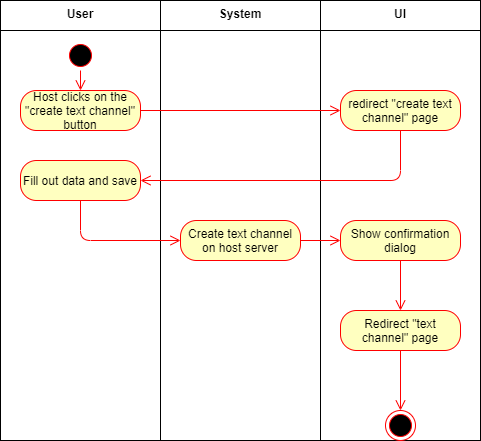
Earlier version of the draw.io export Diagrams/Activity Diagrams/CreateTextChannelDiagram.png (LorenzSeufert/CeangalMessenger---Documentation). Source tidied: cells renumbered, new cells last; positions are measured from the earlier drawing's top-left corner, leaving out a move shared by most shapes. The source it was exported from:
```xml
<mxGraphModel>
  <root>
    <mxCell id="0" />
    <mxCell id="1" parent="0" />
    <mxCell id="2" style="shape=folder;fontStyle=1;spacingTop=10;tabWidth=160;tabHeight=30;tabPosition=left;html=1;" parent="1" vertex="1">
      <mxGeometry width="160" height="440" as="geometry" />
    </mxCell>
    <mxCell id="3" value="User" style="text;align=center;fontStyle=1;verticalAlign=middle;spacingLeft=3;spacingRight=3;strokeColor=none;" parent="1" vertex="1">
      <mxGeometry x="40" width="80" height="26" as="geometry" />
    </mxCell>
    <mxCell id="4" style="shape=folder;fontStyle=1;spacingTop=10;tabWidth=160;tabHeight=30;tabPosition=left;html=1;" parent="1" vertex="1">
      <mxGeometry x="160" width="160" height="440" as="geometry" />
    </mxCell>
    <mxCell id="5" style="shape=folder;fontStyle=1;spacingTop=10;tabWidth=160;tabHeight=30;tabPosition=left;html=1;" parent="1" vertex="1">
      <mxGeometry x="320" width="160" height="440" as="geometry" />
    </mxCell>
    <mxCell id="6" value="System" style="text;align=center;fontStyle=1;verticalAlign=middle;spacingLeft=3;spacingRight=3;strokeColor=none;" parent="1" vertex="1">
      <mxGeometry x="200" width="80" height="26" as="geometry" />
    </mxCell>
    <mxCell id="7" value="UI" style="text;align=center;fontStyle=1;verticalAlign=middle;spacingLeft=3;spacingRight=3;strokeColor=none;" parent="1" vertex="1">
      <mxGeometry x="360" width="80" height="26" as="geometry" />
    </mxCell>
    <mxCell id="8" style="ellipse;html=1;shape=startState;fillColor=#000000;strokeColor=#ff0000;" parent="1" vertex="1">
      <mxGeometry x="65" y="40" width="30" height="30" as="geometry" />
    </mxCell>
    <mxCell id="9" style="edgeStyle=orthogonalEdgeStyle;html=1;verticalAlign=bottom;endArrow=open;endSize=8;strokeColor=#ff0000;" parent="1" edge="1" source="8">
      <mxGeometry relative="1" as="geometry">
        <mxPoint x="80" y="90" as="targetPoint" />
      </mxGeometry>
    </mxCell>
    <mxCell id="10" value="Host clicks on the &quot;create text channel&quot; button" style="rounded=1;whiteSpace=wrap;html=1;arcSize=40;fontColor=#000000;fillColor=#ffffc0;strokeColor=#ff0000;" parent="1" vertex="1">
      <mxGeometry x="20" y="90" width="120" height="40" as="geometry" />
    </mxCell>
    <mxCell id="11" style="edgeStyle=orthogonalEdgeStyle;html=1;verticalAlign=bottom;endArrow=open;endSize=8;strokeColor=#ff0000;entryX=0;entryY=0.5;entryDx=0;entryDy=0;" parent="1" edge="1" source="10" target="12">
      <mxGeometry relative="1" as="geometry" />
    </mxCell>
    <mxCell id="12" value="redirect &quot;create text channel&quot; page" style="rounded=1;whiteSpace=wrap;html=1;arcSize=40;fontColor=#000000;fillColor=#ffffc0;strokeColor=#ff0000;" parent="1" vertex="1">
      <mxGeometry x="340" y="90" width="120" height="40" as="geometry" />
    </mxCell>
    <mxCell id="13" style="edgeStyle=orthogonalEdgeStyle;html=1;verticalAlign=bottom;endArrow=open;endSize=8;strokeColor=#ff0000;entryX=1;entryY=0.5;entryDx=0;entryDy=0;" parent="1" edge="1" source="12" target="14">
      <mxGeometry relative="1" as="geometry">
        <Array as="points">
          <mxPoint x="400" y="180" />
        </Array>
      </mxGeometry>
    </mxCell>
    <mxCell id="14" value="Fill out data and save" style="rounded=1;whiteSpace=wrap;html=1;arcSize=40;fontColor=#000000;fillColor=#ffffc0;strokeColor=#ff0000;" parent="1" vertex="1">
      <mxGeometry x="20" y="160" width="120" height="40" as="geometry" />
    </mxCell>
    <mxCell id="15" style="edgeStyle=orthogonalEdgeStyle;html=1;verticalAlign=bottom;endArrow=open;endSize=8;strokeColor=#ff0000;entryX=0;entryY=0.5;entryDx=0;entryDy=0;" parent="1" edge="1" source="14" target="16">
      <mxGeometry relative="1" as="geometry">
        <Array as="points">
          <mxPoint x="80" y="240" />
        </Array>
      </mxGeometry>
    </mxCell>
    <mxCell id="16" value="Create text channel on host server" style="rounded=1;whiteSpace=wrap;html=1;arcSize=40;fontColor=#000000;fillColor=#ffffc0;strokeColor=#ff0000;" parent="1" vertex="1">
      <mxGeometry x="180" y="220" width="120" height="40" as="geometry" />
    </mxCell>
    <mxCell id="17" style="edgeStyle=orthogonalEdgeStyle;html=1;verticalAlign=bottom;endArrow=open;endSize=8;strokeColor=#ff0000;entryX=0;entryY=0.5;entryDx=0;entryDy=0;" parent="1" edge="1" source="16" target="18">
      <mxGeometry relative="1" as="geometry" />
    </mxCell>
    <mxCell id="18" value="Show confirmation dialog" style="rounded=1;whiteSpace=wrap;html=1;arcSize=40;fontColor=#000000;fillColor=#ffffc0;strokeColor=#ff0000;" parent="1" vertex="1">
      <mxGeometry x="340" y="220" width="120" height="40" as="geometry" />
    </mxCell>
    <mxCell id="19" style="edgeStyle=orthogonalEdgeStyle;html=1;verticalAlign=bottom;endArrow=open;endSize=8;strokeColor=#ff0000;entryX=0.5;entryY=0;entryDx=0;entryDy=0;" parent="1" edge="1" source="18" target="20">
      <mxGeometry relative="1" as="geometry" />
    </mxCell>
    <mxCell id="20" value="Redirect &quot;text channel&quot; page" style="rounded=1;whiteSpace=wrap;html=1;arcSize=40;fontColor=#000000;fillColor=#ffffc0;strokeColor=#ff0000;" parent="1" vertex="1">
      <mxGeometry x="340" y="310" width="120" height="40" as="geometry" />
    </mxCell>
    <mxCell id="21" style="edgeStyle=orthogonalEdgeStyle;html=1;verticalAlign=bottom;endArrow=open;endSize=8;strokeColor=#ff0000;entryX=0.5;entryY=0;entryDx=0;entryDy=0;" parent="1" edge="1" source="20" target="22">
      <mxGeometry relative="1" as="geometry" />
    </mxCell>
    <mxCell id="22" style="ellipse;html=1;shape=endState;fillColor=#000000;strokeColor=#ff0000;" parent="1" vertex="1">
      <mxGeometry x="385" y="410" width="30" height="30" as="geometry" />
    </mxCell>
  </root>
</mxGraphModel>
```
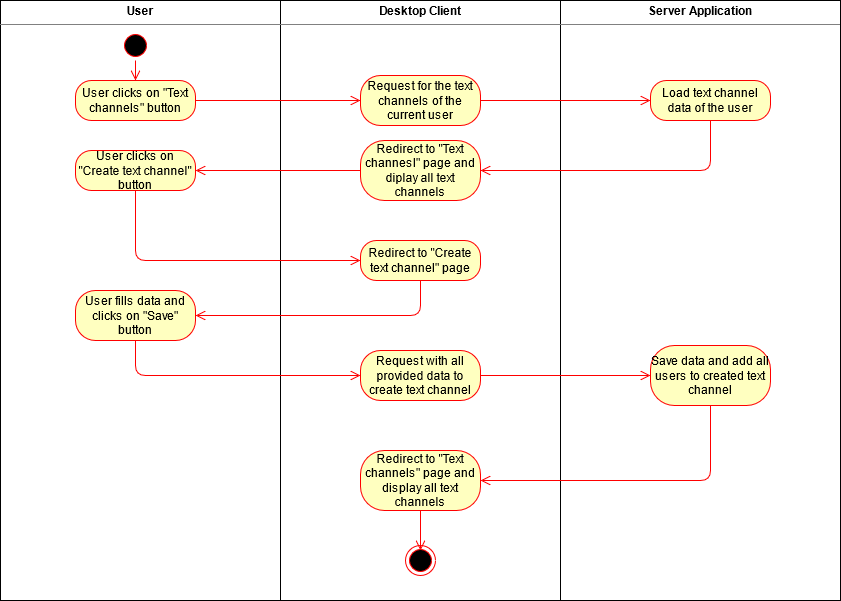
Above is the later version.

Change to the diagram source:
```diff
@@ -2,78 +2,107 @@
   <root>
     <mxCell id="0" />
     <mxCell id="1" parent="0" />
-    <mxCell id="2" style="shape=folder;fontStyle=1;spacingTop=10;tabWidth=160;tabHeight=30;tabPosition=left;html=1;" parent="1" vertex="1">
-      <mxGeometry width="160" height="440" as="geometry" />
-    </mxCell>
-    <mxCell id="3" value="User" style="text;align=center;fontStyle=1;verticalAlign=middle;spacingLeft=3;spacingRight=3;strokeColor=none;" parent="1" vertex="1">
-      <mxGeometry x="40" width="80" height="26" as="geometry" />
+    <mxCell id="3" value="&lt;p style=&quot;margin: 0px ; margin-top: 4px ; text-align: center&quot;&gt;&lt;b&gt;User&lt;/b&gt;&lt;br&gt;&lt;/p&gt;&lt;hr size=&quot;1&quot;&gt;" style="verticalAlign=top;align=left;overflow=fill;fontSize=12;fontFamily=Helvetica;html=1;" parent="1" vertex="1">
+      <mxGeometry x="40" width="280" height="600" as="geometry" />
     </mxCell>
-    <mxCell id="4" style="shape=folder;fontStyle=1;spacingTop=10;tabWidth=160;tabHeight=30;tabPosition=left;html=1;" parent="1" vertex="1">
-      <mxGeometry x="160" width="160" height="440" as="geometry" />
-    </mxCell>
-    <mxCell id="5" style="shape=folder;fontStyle=1;spacingTop=10;tabWidth=160;tabHeight=30;tabPosition=left;html=1;" parent="1" vertex="1">
-      <mxGeometry x="320" width="160" height="440" as="geometry" />
-    </mxCell>
-    <mxCell id="6" value="System" style="text;align=center;fontStyle=1;verticalAlign=middle;spacingLeft=3;spacingRight=3;strokeColor=none;" parent="1" vertex="1">
-      <mxGeometry x="200" width="80" height="26" as="geometry" />
-    </mxCell>
-    <mxCell id="7" value="UI" style="text;align=center;fontStyle=1;verticalAlign=middle;spacingLeft=3;spacingRight=3;strokeColor=none;" parent="1" vertex="1">
-      <mxGeometry x="360" width="80" height="26" as="geometry" />
-    </mxCell>
-    <mxCell id="8" style="ellipse;html=1;shape=startState;fillColor=#000000;strokeColor=#ff0000;" parent="1" vertex="1">
-      <mxGeometry x="65" y="40" width="30" height="30" as="geometry" />
-    </mxCell>
-    <mxCell id="9" style="edgeStyle=orthogonalEdgeStyle;html=1;verticalAlign=bottom;endArrow=open;endSize=8;strokeColor=#ff0000;" parent="1" edge="1" source="8">
-      <mxGeometry relative="1" as="geometry">
-        <mxPoint x="80" y="90" as="targetPoint" />
-      </mxGeometry>
-    </mxCell>
-    <mxCell id="10" value="Host clicks on the &quot;create text channel&quot; button" style="rounded=1;whiteSpace=wrap;html=1;arcSize=40;fontColor=#000000;fillColor=#ffffc0;strokeColor=#ff0000;" parent="1" vertex="1">
-      <mxGeometry x="20" y="90" width="120" height="40" as="geometry" />
-    </mxCell>
-    <mxCell id="11" style="edgeStyle=orthogonalEdgeStyle;html=1;verticalAlign=bottom;endArrow=open;endSize=8;strokeColor=#ff0000;entryX=0;entryY=0.5;entryDx=0;entryDy=0;" parent="1" edge="1" source="10" target="12">
-      <mxGeometry relative="1" as="geometry" />
-    </mxCell>
-    <mxCell id="12" value="redirect &quot;create text channel&quot; page" style="rounded=1;whiteSpace=wrap;html=1;arcSize=40;fontColor=#000000;fillColor=#ffffc0;strokeColor=#ff0000;" parent="1" vertex="1">
-      <mxGeometry x="340" y="90" width="120" height="40" as="geometry" />
-    </mxCell>
-    <mxCell id="13" style="edgeStyle=orthogonalEdgeStyle;html=1;verticalAlign=bottom;endArrow=open;endSize=8;strokeColor=#ff0000;entryX=1;entryY=0.5;entryDx=0;entryDy=0;" parent="1" edge="1" source="12" target="14">
-      <mxGeometry relative="1" as="geometry">
-        <Array as="points">
-          <mxPoint x="400" y="180" />
-        </Array>
-      </mxGeometry>
-    </mxCell>
-    <mxCell id="14" value="Fill out data and save" style="rounded=1;whiteSpace=wrap;html=1;arcSize=40;fontColor=#000000;fillColor=#ffffc0;strokeColor=#ff0000;" parent="1" vertex="1">
-      <mxGeometry x="20" y="160" width="120" height="40" as="geometry" />
-    </mxCell>
-    <mxCell id="15" style="edgeStyle=orthogonalEdgeStyle;html=1;verticalAlign=bottom;endArrow=open;endSize=8;strokeColor=#ff0000;entryX=0;entryY=0.5;entryDx=0;entryDy=0;" parent="1" edge="1" source="14" target="16">
-      <mxGeometry relative="1" as="geometry">
-        <Array as="points">
-          <mxPoint x="80" y="240" />
-        </Array>
-      </mxGeometry>
-    </mxCell>
-    <mxCell id="16" value="Create text channel on host server" style="rounded=1;whiteSpace=wrap;html=1;arcSize=40;fontColor=#000000;fillColor=#ffffc0;strokeColor=#ff0000;" parent="1" vertex="1">
-      <mxGeometry x="180" y="220" width="120" height="40" as="geometry" />
-    </mxCell>
-    <mxCell id="17" style="edgeStyle=orthogonalEdgeStyle;html=1;verticalAlign=bottom;endArrow=open;endSize=8;strokeColor=#ff0000;entryX=0;entryY=0.5;entryDx=0;entryDy=0;" parent="1" edge="1" source="16" target="18">
-      <mxGeometry relative="1" as="geometry" />
-    </mxCell>
-    <mxCell id="18" value="Show confirmation dialog" style="rounded=1;whiteSpace=wrap;html=1;arcSize=40;fontColor=#000000;fillColor=#ffffc0;strokeColor=#ff0000;" parent="1" vertex="1">
-      <mxGeometry x="340" y="220" width="120" height="40" as="geometry" />
-    </mxCell>
-    <mxCell id="19" style="edgeStyle=orthogonalEdgeStyle;html=1;verticalAlign=bottom;endArrow=open;endSize=8;strokeColor=#ff0000;entryX=0.5;entryY=0;entryDx=0;entryDy=0;" parent="1" edge="1" source="18" target="20">
-      <mxGeometry relative="1" as="geometry" />
-    </mxCell>
-    <mxCell id="20" value="Redirect &quot;text channel&quot; page" style="rounded=1;whiteSpace=wrap;html=1;arcSize=40;fontColor=#000000;fillColor=#ffffc0;strokeColor=#ff0000;" parent="1" vertex="1">
-      <mxGeometry x="340" y="310" width="120" height="40" as="geometry" />
-    </mxCell>
-    <mxCell id="21" style="edgeStyle=orthogonalEdgeStyle;html=1;verticalAlign=bottom;endArrow=open;endSize=8;strokeColor=#ff0000;entryX=0.5;entryY=0;entryDx=0;entryDy=0;" parent="1" edge="1" source="20" target="22">
-      <mxGeometry relative="1" as="geometry" />
-    </mxCell>
-    <mxCell id="22" style="ellipse;html=1;shape=endState;fillColor=#000000;strokeColor=#ff0000;" parent="1" vertex="1">
-      <mxGeometry x="385" y="410" width="30" height="30" as="geometry" />
-    </mxCell>
+    <mxCell id="23" value="&lt;p style=&quot;margin: 0px ; margin-top: 4px ; text-align: center&quot;&gt;&lt;b&gt;Desktop Client&lt;/b&gt;&lt;br&gt;&lt;/p&gt;&lt;hr size=&quot;1&quot;&gt;&lt;div style=&quot;height: 2px&quot;&gt;&lt;/div&gt;" style="verticalAlign=top;align=left;overflow=fill;fontSize=12;fontFamily=Helvetica;html=1;" parent="1" vertex="1">
+      <mxGeometry x="320" width="280" height="600" as="geometry" />
+    </mxCell>
+    <mxCell id="24" value="&lt;p style=&quot;margin: 0px ; margin-top: 4px ; text-align: center&quot;&gt;&lt;b&gt;Server Application&lt;/b&gt;&lt;br&gt;&lt;/p&gt;&lt;hr size=&quot;1&quot;&gt;&lt;div style=&quot;height: 2px&quot;&gt;&lt;/div&gt;" style="verticalAlign=top;align=left;overflow=fill;fontSize=12;fontFamily=Helvetica;html=1;" parent="1" vertex="1">
+      <mxGeometry x="600" width="280" height="600" as="geometry" />
+    </mxCell>
+    <mxCell id="25" style="ellipse;html=1;shape=startState;fillColor=#000000;strokeColor=#ff0000;" parent="1" vertex="1">
+      <mxGeometry x="160" y="30" width="30" height="30" as="geometry" />
+    </mxCell>
+    <mxCell id="26" style="edgeStyle=orthogonalEdgeStyle;html=1;verticalAlign=bottom;endArrow=open;endSize=8;strokeColor=#ff0000;" parent="1" edge="1" source="25">
+      <mxGeometry relative="1" as="geometry">
+        <mxPoint x="175" y="80" as="targetPoint" />
+      </mxGeometry>
+    </mxCell>
+    <mxCell id="27" value="User clicks on &quot;Text channels&quot; button" style="rounded=1;whiteSpace=wrap;html=1;arcSize=40;fontColor=#000000;fillColor=#ffffc0;strokeColor=#ff0000;" parent="1" vertex="1">
+      <mxGeometry x="115" y="80" width="120" height="40" as="geometry" />
+    </mxCell>
+    <mxCell id="28" style="edgeStyle=orthogonalEdgeStyle;html=1;verticalAlign=bottom;endArrow=open;endSize=8;strokeColor=#ff0000;entryX=0;entryY=0.5;entryDx=0;entryDy=0;" parent="1" edge="1" source="27" target="29">
+      <mxGeometry relative="1" as="geometry" />
+    </mxCell>
+    <mxCell id="29" value="Request for the text channels of the current user" style="rounded=1;whiteSpace=wrap;html=1;arcSize=40;fontColor=#000000;fillColor=#ffffc0;strokeColor=#ff0000;" parent="1" vertex="1">
+      <mxGeometry x="400" y="75" width="120" height="50" as="geometry" />
+    </mxCell>
+    <mxCell id="30" style="edgeStyle=orthogonalEdgeStyle;html=1;verticalAlign=bottom;endArrow=open;endSize=8;strokeColor=#ff0000;" parent="1" edge="1" source="29" target="31">
+      <mxGeometry relative="1" as="geometry" />
+    </mxCell>
+    <mxCell id="31" value="Load text channel data of the user" style="rounded=1;whiteSpace=wrap;html=1;arcSize=40;fontColor=#000000;fillColor=#ffffc0;strokeColor=#ff0000;" parent="1" vertex="1">
+      <mxGeometry x="690" y="80" width="120" height="40" as="geometry" />
+    </mxCell>
+    <mxCell id="32" style="edgeStyle=orthogonalEdgeStyle;html=1;verticalAlign=bottom;endArrow=open;endSize=8;strokeColor=#ff0000;entryX=1;entryY=0.5;entryDx=0;entryDy=0;" parent="1" edge="1" source="31" target="33">
+      <mxGeometry relative="1" as="geometry">
+        <Array as="points">
+          <mxPoint x="750" y="170" />
+        </Array>
+      </mxGeometry>
+    </mxCell>
+    <mxCell id="33" value="Redirect to &quot;Text channesl&quot; page and diplay all text channels" style="rounded=1;whiteSpace=wrap;html=1;arcSize=40;fontColor=#000000;fillColor=#ffffc0;strokeColor=#ff0000;" parent="1" vertex="1">
+      <mxGeometry x="400" y="140" width="120" height="60" as="geometry" />
+    </mxCell>
+    <mxCell id="34" style="edgeStyle=orthogonalEdgeStyle;html=1;verticalAlign=bottom;endArrow=open;endSize=8;strokeColor=#ff0000;" parent="1" edge="1" source="33" target="35">
+      <mxGeometry relative="1" as="geometry" />
+    </mxCell>
+    <mxCell id="35" value="User clicks on &quot;Create text channel&quot; button" style="rounded=1;whiteSpace=wrap;html=1;arcSize=40;fontColor=#000000;fillColor=#ffffc0;strokeColor=#ff0000;" parent="1" vertex="1">
+      <mxGeometry x="115" y="150" width="120" height="40" as="geometry" />
+    </mxCell>
+    <mxCell id="36" style="edgeStyle=orthogonalEdgeStyle;html=1;verticalAlign=bottom;endArrow=open;endSize=8;strokeColor=#ff0000;" parent="1" edge="1" source="35" target="37">
+      <mxGeometry relative="1" as="geometry">
+        <Array as="points">
+          <mxPoint x="175" y="260" />
+        </Array>
+      </mxGeometry>
+    </mxCell>
+    <mxCell id="37" value="Redirect to &quot;Create text channel&quot; page" style="rounded=1;whiteSpace=wrap;html=1;arcSize=40;fontColor=#000000;fillColor=#ffffc0;strokeColor=#ff0000;" parent="1" vertex="1">
+      <mxGeometry x="400" y="240" width="120" height="40" as="geometry" />
+    </mxCell>
+    <mxCell id="38" style="edgeStyle=orthogonalEdgeStyle;html=1;verticalAlign=bottom;endArrow=open;endSize=8;strokeColor=#ff0000;" parent="1" edge="1" source="37" target="39">
+      <mxGeometry relative="1" as="geometry">
+        <Array as="points">
+          <mxPoint x="460" y="315" />
+        </Array>
+      </mxGeometry>
+    </mxCell>
+    <mxCell id="39" value="User fills data and clicks on &quot;Save&quot; button" style="rounded=1;whiteSpace=wrap;html=1;arcSize=40;fontColor=#000000;fillColor=#ffffc0;strokeColor=#ff0000;" parent="1" vertex="1">
+      <mxGeometry x="115" y="290" width="120" height="50" as="geometry" />
+    </mxCell>
+    <mxCell id="40" style="edgeStyle=orthogonalEdgeStyle;html=1;verticalAlign=bottom;endArrow=open;endSize=8;strokeColor=#ff0000;" parent="1" edge="1" source="39" target="41">
+      <mxGeometry relative="1" as="geometry">
+        <Array as="points">
+          <mxPoint x="175" y="375" />
+        </Array>
+      </mxGeometry>
+    </mxCell>
+    <mxCell id="41" value="Request with all provided data to create text channel" style="rounded=1;whiteSpace=wrap;html=1;arcSize=40;fontColor=#000000;fillColor=#ffffc0;strokeColor=#ff0000;" parent="1" vertex="1">
+      <mxGeometry x="400" y="350" width="120" height="50" as="geometry" />
+    </mxCell>
+    <mxCell id="42" style="edgeStyle=orthogonalEdgeStyle;html=1;verticalAlign=bottom;endArrow=open;endSize=8;strokeColor=#ff0000;entryX=0;entryY=0.5;entryDx=0;entryDy=0;" parent="1" edge="1" source="41" target="43">
+      <mxGeometry relative="1" as="geometry" />
+    </mxCell>
+    <mxCell id="43" value="Save data and add all users to created text channel" style="rounded=1;whiteSpace=wrap;html=1;arcSize=40;fontColor=#000000;fillColor=#ffffc0;strokeColor=#ff0000;" parent="1" vertex="1">
+      <mxGeometry x="690" y="345" width="120" height="60" as="geometry" />
+    </mxCell>
+    <mxCell id="44" style="edgeStyle=orthogonalEdgeStyle;html=1;verticalAlign=bottom;endArrow=open;endSize=8;strokeColor=#ff0000;" parent="1" edge="1" source="43" target="45">
+      <mxGeometry relative="1" as="geometry">
+        <Array as="points">
+          <mxPoint x="750" y="480" />
+        </Array>
+      </mxGeometry>
+    </mxCell>
+    <mxCell id="45" value="Redirect to &quot;Text channels&quot; page and display all text channels" style="rounded=1;whiteSpace=wrap;html=1;arcSize=40;fontColor=#000000;fillColor=#ffffc0;strokeColor=#ff0000;" parent="1" vertex="1">
+      <mxGeometry x="400" y="450" width="120" height="60" as="geometry" />
+    </mxCell>
+    <mxCell id="46" style="edgeStyle=orthogonalEdgeStyle;html=1;verticalAlign=bottom;endArrow=open;endSize=8;strokeColor=#ff0000;" parent="1" edge="1" source="45">
+      <mxGeometry relative="1" as="geometry">
+        <mxPoint x="460" y="550" as="targetPoint" />
+      </mxGeometry>
+    </mxCell>
+    <mxCell id="47" style="ellipse;html=1;shape=endState;fillColor=#000000;strokeColor=#ff0000;" parent="1" vertex="1">
+      <mxGeometry x="445" y="545" width="30" height="30" as="geometry" />
+    </mxCell>
   </root>
 </mxGraphModel>
```
